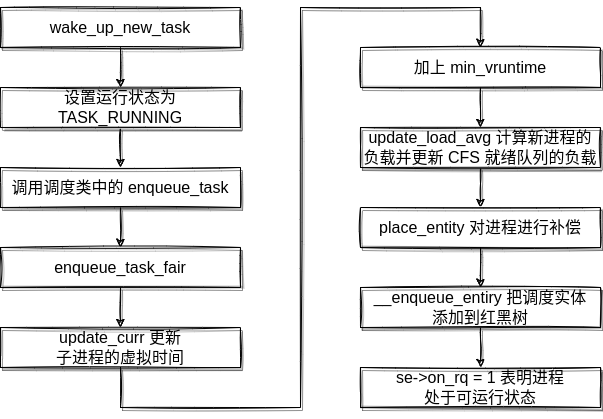
The draw.io diagram image/enqueue_entity.png in UtopianFuture/UtopianFuture.github.io, before a commit. Source tidied: cells renumbered, new cells last; positions are measured from the earlier drawing's top-left corner, leaving out a move shared by most shapes. The source it was exported from:
```xml
<mxGraphModel>
  <root>
    <mxCell id="0" />
    <mxCell id="1" parent="0" />
    <mxCell id="2" style="edgeStyle=orthogonalEdgeStyle;rounded=0;jettySize=auto;html=1;sketch=1;shadow=1;" parent="1" edge="1" source="3" target="5">
      <mxGeometry relative="1" as="geometry" />
    </mxCell>
    <mxCell id="3" value="&lt;span style=&quot;font-size: 16px&quot;&gt;wake_up_new_task&lt;/span&gt;" style="rounded=0;whiteSpace=wrap;html=1;sketch=1;shadow=1;" parent="1" vertex="1">
      <mxGeometry width="240" height="40" as="geometry" />
    </mxCell>
    <mxCell id="4" style="edgeStyle=orthogonalEdgeStyle;rounded=0;sketch=1;jettySize=auto;html=1;shadow=1;" parent="1" edge="1" source="5" target="7">
      <mxGeometry relative="1" as="geometry" />
    </mxCell>
    <mxCell id="5" value="&lt;font style=&quot;font-size: 16px&quot;&gt;设置运行状态为 TASK_RUNNING&lt;/font&gt;" style="rounded=0;whiteSpace=wrap;html=1;sketch=1;shadow=1;" parent="1" vertex="1">
      <mxGeometry y="80" width="240" height="40" as="geometry" />
    </mxCell>
    <mxCell id="6" style="edgeStyle=orthogonalEdgeStyle;rounded=0;sketch=1;jettySize=auto;html=1;shadow=1;" parent="1" edge="1" source="7" target="9">
      <mxGeometry relative="1" as="geometry" />
    </mxCell>
    <mxCell id="7" value="&lt;span style=&quot;font-size: 16px&quot;&gt;调用调度类中的 enqueue_task&lt;/span&gt;" style="rounded=0;whiteSpace=wrap;html=1;sketch=1;shadow=1;" parent="1" vertex="1">
      <mxGeometry y="160" width="240" height="40" as="geometry" />
    </mxCell>
    <mxCell id="8" style="edgeStyle=orthogonalEdgeStyle;rounded=0;sketch=1;jettySize=auto;html=1;shadow=1;" parent="1" edge="1" source="9" target="10">
      <mxGeometry relative="1" as="geometry" />
    </mxCell>
    <mxCell id="9" value="&lt;font style=&quot;font-size: 16px&quot;&gt;enqueue_task_fair&lt;/font&gt;" style="rounded=0;whiteSpace=wrap;html=1;sketch=1;shadow=1;" parent="1" vertex="1">
      <mxGeometry y="240" width="240" height="40" as="geometry" />
    </mxCell>
    <mxCell id="10" value="&lt;font style=&quot;font-size: 16px&quot;&gt;update_curr 更新&lt;br&gt;子进程的虚拟时间&lt;/font&gt;" style="rounded=0;whiteSpace=wrap;html=1;sketch=1;shadow=1;" parent="1" vertex="1">
      <mxGeometry y="320" width="240" height="40" as="geometry" />
    </mxCell>
    <mxCell id="11" style="edgeStyle=orthogonalEdgeStyle;rounded=0;sketch=1;jettySize=auto;html=1;shadow=1;" parent="1" edge="1" source="12" target="14">
      <mxGeometry relative="1" as="geometry" />
    </mxCell>
    <mxCell id="12" value="&lt;font style=&quot;font-size: 16px&quot;&gt;加上 min_vruntime&lt;/font&gt;" style="rounded=0;whiteSpace=wrap;html=1;sketch=1;shadow=1;" parent="1" vertex="1">
      <mxGeometry x="360" y="40" width="240" height="40" as="geometry" />
    </mxCell>
    <mxCell id="13" style="edgeStyle=orthogonalEdgeStyle;rounded=0;sketch=1;jettySize=auto;html=1;shadow=1;" parent="1" edge="1" source="14" target="16">
      <mxGeometry relative="1" as="geometry" />
    </mxCell>
    <mxCell id="14" value="&lt;span style=&quot;font-size: 16px&quot;&gt;update_load_avg 计算新进程的负载并更新 CFS 就绪队列的负载&lt;/span&gt;" style="rounded=0;whiteSpace=wrap;html=1;sketch=1;shadow=1;" parent="1" vertex="1">
      <mxGeometry x="360" y="120" width="240" height="40" as="geometry" />
    </mxCell>
    <mxCell id="15" style="edgeStyle=orthogonalEdgeStyle;rounded=0;sketch=1;jettySize=auto;html=1;shadow=1;" parent="1" edge="1" source="16" target="18">
      <mxGeometry relative="1" as="geometry" />
    </mxCell>
    <mxCell id="16" value="&lt;span style=&quot;font-size: 16px&quot;&gt;place_entity 对进程进行补偿&lt;/span&gt;" style="rounded=0;whiteSpace=wrap;html=1;sketch=1;shadow=1;" parent="1" vertex="1">
      <mxGeometry x="360" y="200" width="240" height="40" as="geometry" />
    </mxCell>
    <mxCell id="17" style="edgeStyle=orthogonalEdgeStyle;rounded=0;sketch=1;jettySize=auto;html=1;shadow=1;" parent="1" edge="1" source="18" target="19">
      <mxGeometry relative="1" as="geometry" />
    </mxCell>
    <mxCell id="18" value="&lt;font style=&quot;font-size: 16px&quot;&gt;__enqueue_entiry 把调度实体&lt;br&gt;添加到红黑树&lt;/font&gt;" style="rounded=0;whiteSpace=wrap;html=1;sketch=1;shadow=1;" parent="1" vertex="1">
      <mxGeometry x="360" y="280" width="240" height="40" as="geometry" />
    </mxCell>
    <mxCell id="19" value="&lt;font style=&quot;font-size: 16px&quot;&gt;se-&amp;gt;on_rq = 1 表明进程&lt;br&gt;处于可运行状态&lt;/font&gt;" style="rounded=0;whiteSpace=wrap;html=1;sketch=1;shadow=1;" parent="1" vertex="1">
      <mxGeometry x="360" y="360" width="240" height="40" as="geometry" />
    </mxCell>
    <mxCell id="20" style="endArrow=classic;html=1;rounded=0;shadow=1;sketch=1;exitX=0.5;exitY=1;exitDx=0;exitDy=0;entryX=0.5;entryY=0;entryDx=0;entryDy=0;" parent="1" edge="1" source="10" target="12">
      <mxGeometry relative="1" as="geometry">
        <Array as="points">
          <mxPoint x="120" y="400" />
          <mxPoint x="300" y="400" />
          <mxPoint x="300" />
          <mxPoint x="480" />
        </Array>
      </mxGeometry>
    </mxCell>
  </root>
</mxGraphModel>
```
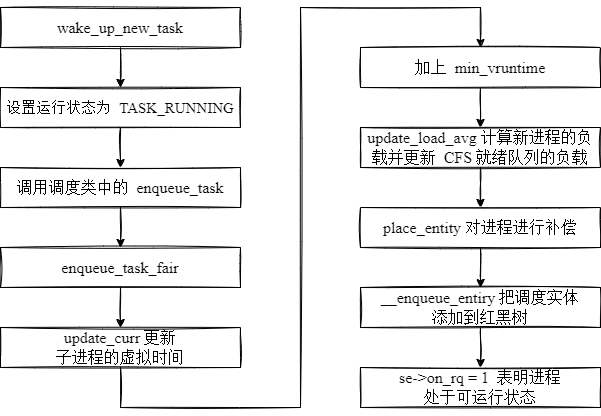
The same file after the commit.

What changed in the source:
```diff
@@ -2,61 +2,61 @@
   <root>
     <mxCell id="0" />
     <mxCell id="1" parent="0" />
-    <mxCell id="2" style="edgeStyle=orthogonalEdgeStyle;rounded=0;jettySize=auto;html=1;sketch=1;shadow=1;" parent="1" edge="1" source="3" target="5">
+    <mxCell id="2" style="edgeStyle=orthogonalEdgeStyle;rounded=0;jettySize=auto;html=1;sketch=1;shadow=0;fontFamily=宋体;labelBackgroundColor=none;fontColor=default;" parent="1" edge="1" source="3" target="5">
       <mxGeometry relative="1" as="geometry" />
     </mxCell>
-    <mxCell id="3" value="&lt;span style=&quot;font-size: 16px&quot;&gt;wake_up_new_task&lt;/span&gt;" style="rounded=0;whiteSpace=wrap;html=1;sketch=1;shadow=1;" parent="1" vertex="1">
+    <mxCell id="3" value="&lt;span style=&quot;font-size: 16px&quot;&gt;&lt;font face=&quot;Times New Roman&quot;&gt;wake_up_new_task&lt;/font&gt;&lt;/span&gt;" style="rounded=0;whiteSpace=wrap;html=1;sketch=1;shadow=0;fontFamily=宋体;labelBackgroundColor=none;fontColor=default;fillColor=none;" parent="1" vertex="1">
       <mxGeometry width="240" height="40" as="geometry" />
     </mxCell>
-    <mxCell id="4" style="edgeStyle=orthogonalEdgeStyle;rounded=0;sketch=1;jettySize=auto;html=1;shadow=1;" parent="1" edge="1" source="5" target="7">
+    <mxCell id="4" style="edgeStyle=orthogonalEdgeStyle;rounded=0;sketch=1;jettySize=auto;html=1;shadow=0;fontFamily=宋体;labelBackgroundColor=none;fontColor=default;" parent="1" edge="1" source="5" target="7">
       <mxGeometry relative="1" as="geometry" />
     </mxCell>
-    <mxCell id="5" value="&lt;font style=&quot;font-size: 16px&quot;&gt;设置运行状态为 TASK_RUNNING&lt;/font&gt;" style="rounded=0;whiteSpace=wrap;html=1;sketch=1;shadow=1;" parent="1" vertex="1">
+    <mxCell id="5" value="&lt;font style=&quot;font-size: 15px;&quot;&gt;设置运行状态为 &lt;font face=&quot;Times New Roman&quot; style=&quot;&quot;&gt;TASK_RUNNING&lt;/font&gt;&lt;/font&gt;" style="rounded=0;whiteSpace=wrap;html=1;sketch=1;shadow=0;fontFamily=宋体;labelBackgroundColor=none;fontColor=default;fillColor=none;" parent="1" vertex="1">
       <mxGeometry y="80" width="240" height="40" as="geometry" />
     </mxCell>
-    <mxCell id="6" style="edgeStyle=orthogonalEdgeStyle;rounded=0;sketch=1;jettySize=auto;html=1;shadow=1;" parent="1" edge="1" source="7" target="9">
+    <mxCell id="6" style="edgeStyle=orthogonalEdgeStyle;rounded=0;sketch=1;jettySize=auto;html=1;shadow=0;fontFamily=宋体;labelBackgroundColor=none;fontColor=default;" parent="1" edge="1" source="7" target="9">
       <mxGeometry relative="1" as="geometry" />
     </mxCell>
-    <mxCell id="7" value="&lt;span style=&quot;font-size: 16px&quot;&gt;调用调度类中的 enqueue_task&lt;/span&gt;" style="rounded=0;whiteSpace=wrap;html=1;sketch=1;shadow=1;" parent="1" vertex="1">
+    <mxCell id="7" value="&lt;span style=&quot;font-size: 16px&quot;&gt;调用调度类中的 &lt;font face=&quot;Times New Roman&quot;&gt;enqueue_task&lt;/font&gt;&lt;/span&gt;" style="rounded=0;whiteSpace=wrap;html=1;sketch=1;shadow=0;fontFamily=宋体;labelBackgroundColor=none;fontColor=default;fillColor=none;" parent="1" vertex="1">
       <mxGeometry y="160" width="240" height="40" as="geometry" />
     </mxCell>
-    <mxCell id="8" style="edgeStyle=orthogonalEdgeStyle;rounded=0;sketch=1;jettySize=auto;html=1;shadow=1;" parent="1" edge="1" source="9" target="10">
+    <mxCell id="8" style="edgeStyle=orthogonalEdgeStyle;rounded=0;sketch=1;jettySize=auto;html=1;shadow=0;fontFamily=宋体;labelBackgroundColor=none;fontColor=default;" parent="1" edge="1" source="9" target="10">
       <mxGeometry relative="1" as="geometry" />
     </mxCell>
-    <mxCell id="9" value="&lt;font style=&quot;font-size: 16px&quot;&gt;enqueue_task_fair&lt;/font&gt;" style="rounded=0;whiteSpace=wrap;html=1;sketch=1;shadow=1;" parent="1" vertex="1">
+    <mxCell id="9" value="&lt;font style=&quot;font-size: 16px&quot; face=&quot;Times New Roman&quot;&gt;enqueue_task_fair&lt;/font&gt;" style="rounded=0;whiteSpace=wrap;html=1;sketch=1;shadow=0;fontFamily=宋体;labelBackgroundColor=none;fontColor=default;fillColor=none;" parent="1" vertex="1">
       <mxGeometry y="240" width="240" height="40" as="geometry" />
     </mxCell>
-    <mxCell id="10" value="&lt;font style=&quot;font-size: 16px&quot;&gt;update_curr 更新&lt;br&gt;子进程的虚拟时间&lt;/font&gt;" style="rounded=0;whiteSpace=wrap;html=1;sketch=1;shadow=1;" parent="1" vertex="1">
+    <mxCell id="10" value="&lt;font style=&quot;font-size: 16px&quot;&gt;&lt;font face=&quot;Times New Roman&quot;&gt;update_curr &lt;/font&gt;更新&lt;br&gt;子进程的虚拟时间&lt;/font&gt;" style="rounded=0;whiteSpace=wrap;html=1;sketch=1;shadow=0;fontFamily=宋体;labelBackgroundColor=none;fontColor=default;fillColor=none;" parent="1" vertex="1">
       <mxGeometry y="320" width="240" height="40" as="geometry" />
     </mxCell>
-    <mxCell id="11" style="edgeStyle=orthogonalEdgeStyle;rounded=0;sketch=1;jettySize=auto;html=1;shadow=1;" parent="1" edge="1" source="12" target="14">
+    <mxCell id="11" style="edgeStyle=orthogonalEdgeStyle;rounded=0;sketch=1;jettySize=auto;html=1;shadow=0;fontFamily=宋体;labelBackgroundColor=none;fontColor=default;" parent="1" edge="1" source="12" target="14">
       <mxGeometry relative="1" as="geometry" />
     </mxCell>
-    <mxCell id="12" value="&lt;font style=&quot;font-size: 16px&quot;&gt;加上 min_vruntime&lt;/font&gt;" style="rounded=0;whiteSpace=wrap;html=1;sketch=1;shadow=1;" parent="1" vertex="1">
+    <mxCell id="12" value="&lt;font style=&quot;font-size: 16px&quot;&gt;加上 &lt;font face=&quot;Times New Roman&quot;&gt;min_vruntime&lt;/font&gt;&lt;/font&gt;" style="rounded=0;whiteSpace=wrap;html=1;sketch=1;shadow=0;fontFamily=宋体;labelBackgroundColor=none;fontColor=default;fillColor=none;" parent="1" vertex="1">
       <mxGeometry x="360" y="40" width="240" height="40" as="geometry" />
     </mxCell>
-    <mxCell id="13" style="edgeStyle=orthogonalEdgeStyle;rounded=0;sketch=1;jettySize=auto;html=1;shadow=1;" parent="1" edge="1" source="14" target="16">
+    <mxCell id="13" style="edgeStyle=orthogonalEdgeStyle;rounded=0;sketch=1;jettySize=auto;html=1;shadow=0;fontFamily=宋体;labelBackgroundColor=none;fontColor=default;" parent="1" edge="1" source="14" target="16">
       <mxGeometry relative="1" as="geometry" />
     </mxCell>
-    <mxCell id="14" value="&lt;span style=&quot;font-size: 16px&quot;&gt;update_load_avg 计算新进程的负载并更新 CFS 就绪队列的负载&lt;/span&gt;" style="rounded=0;whiteSpace=wrap;html=1;sketch=1;shadow=1;" parent="1" vertex="1">
+    <mxCell id="14" value="&lt;span style=&quot;font-size: 16px&quot;&gt;&lt;font face=&quot;Times New Roman&quot;&gt;update_load_avg &lt;/font&gt;计算新进程的负载并更新 &lt;font face=&quot;Times New Roman&quot;&gt;CFS &lt;/font&gt;就绪队列的负载&lt;/span&gt;" style="rounded=0;whiteSpace=wrap;html=1;sketch=1;shadow=0;fontFamily=宋体;labelBackgroundColor=none;fontColor=default;fillColor=none;" parent="1" vertex="1">
       <mxGeometry x="360" y="120" width="240" height="40" as="geometry" />
     </mxCell>
-    <mxCell id="15" style="edgeStyle=orthogonalEdgeStyle;rounded=0;sketch=1;jettySize=auto;html=1;shadow=1;" parent="1" edge="1" source="16" target="18">
+    <mxCell id="15" style="edgeStyle=orthogonalEdgeStyle;rounded=0;sketch=1;jettySize=auto;html=1;shadow=0;fontFamily=宋体;labelBackgroundColor=none;fontColor=default;" parent="1" edge="1" source="16" target="18">
       <mxGeometry relative="1" as="geometry" />
     </mxCell>
-    <mxCell id="16" value="&lt;span style=&quot;font-size: 16px&quot;&gt;place_entity 对进程进行补偿&lt;/span&gt;" style="rounded=0;whiteSpace=wrap;html=1;sketch=1;shadow=1;" parent="1" vertex="1">
+    <mxCell id="16" value="&lt;span style=&quot;font-size: 16px&quot;&gt;&lt;font face=&quot;Times New Roman&quot;&gt;place_entity &lt;/font&gt;对进程进行补偿&lt;/span&gt;" style="rounded=0;whiteSpace=wrap;html=1;sketch=1;shadow=0;fontFamily=宋体;labelBackgroundColor=none;fontColor=default;fillColor=none;" parent="1" vertex="1">
       <mxGeometry x="360" y="200" width="240" height="40" as="geometry" />
     </mxCell>
-    <mxCell id="17" style="edgeStyle=orthogonalEdgeStyle;rounded=0;sketch=1;jettySize=auto;html=1;shadow=1;" parent="1" edge="1" source="18" target="19">
+    <mxCell id="17" style="edgeStyle=orthogonalEdgeStyle;rounded=0;sketch=1;jettySize=auto;html=1;shadow=0;fontFamily=宋体;labelBackgroundColor=none;fontColor=default;" parent="1" edge="1" source="18" target="19">
       <mxGeometry relative="1" as="geometry" />
     </mxCell>
-    <mxCell id="18" value="&lt;font style=&quot;font-size: 16px&quot;&gt;__enqueue_entiry 把调度实体&lt;br&gt;添加到红黑树&lt;/font&gt;" style="rounded=0;whiteSpace=wrap;html=1;sketch=1;shadow=1;" parent="1" vertex="1">
+    <mxCell id="18" value="&lt;font style=&quot;font-size: 16px&quot;&gt;&lt;font face=&quot;Times New Roman&quot;&gt;__enqueue_entiry &lt;/font&gt;把调度实体&lt;br&gt;添加到红黑树&lt;/font&gt;" style="rounded=0;whiteSpace=wrap;html=1;sketch=1;shadow=0;fontFamily=宋体;labelBackgroundColor=none;fontColor=default;fillColor=none;" parent="1" vertex="1">
       <mxGeometry x="360" y="280" width="240" height="40" as="geometry" />
     </mxCell>
-    <mxCell id="19" value="&lt;font style=&quot;font-size: 16px&quot;&gt;se-&amp;gt;on_rq = 1 表明进程&lt;br&gt;处于可运行状态&lt;/font&gt;" style="rounded=0;whiteSpace=wrap;html=1;sketch=1;shadow=1;" parent="1" vertex="1">
+    <mxCell id="19" value="&lt;font style=&quot;font-size: 16px&quot;&gt;&lt;font face=&quot;Times New Roman&quot;&gt;se-&amp;gt;on_rq = 1&lt;/font&gt; 表明进程&lt;br&gt;处于可运行状态&lt;/font&gt;" style="rounded=0;whiteSpace=wrap;html=1;sketch=1;shadow=0;fontFamily=宋体;labelBackgroundColor=none;fontColor=default;fillColor=none;" parent="1" vertex="1">
       <mxGeometry x="360" y="360" width="240" height="40" as="geometry" />
     </mxCell>
-    <mxCell id="20" style="endArrow=classic;html=1;rounded=0;shadow=1;sketch=1;exitX=0.5;exitY=1;exitDx=0;exitDy=0;entryX=0.5;entryY=0;entryDx=0;entryDy=0;" parent="1" edge="1" source="10" target="12">
+    <mxCell id="20" style="endArrow=classic;html=1;rounded=0;shadow=0;sketch=1;exitX=0.5;exitY=1;exitDx=0;exitDy=0;entryX=0.5;entryY=0;entryDx=0;entryDy=0;fontFamily=宋体;labelBackgroundColor=none;fontColor=default;" parent="1" edge="1" source="10" target="12">
       <mxGeometry relative="1" as="geometry">
         <Array as="points">
           <mxPoint x="120" y="400" />
```
